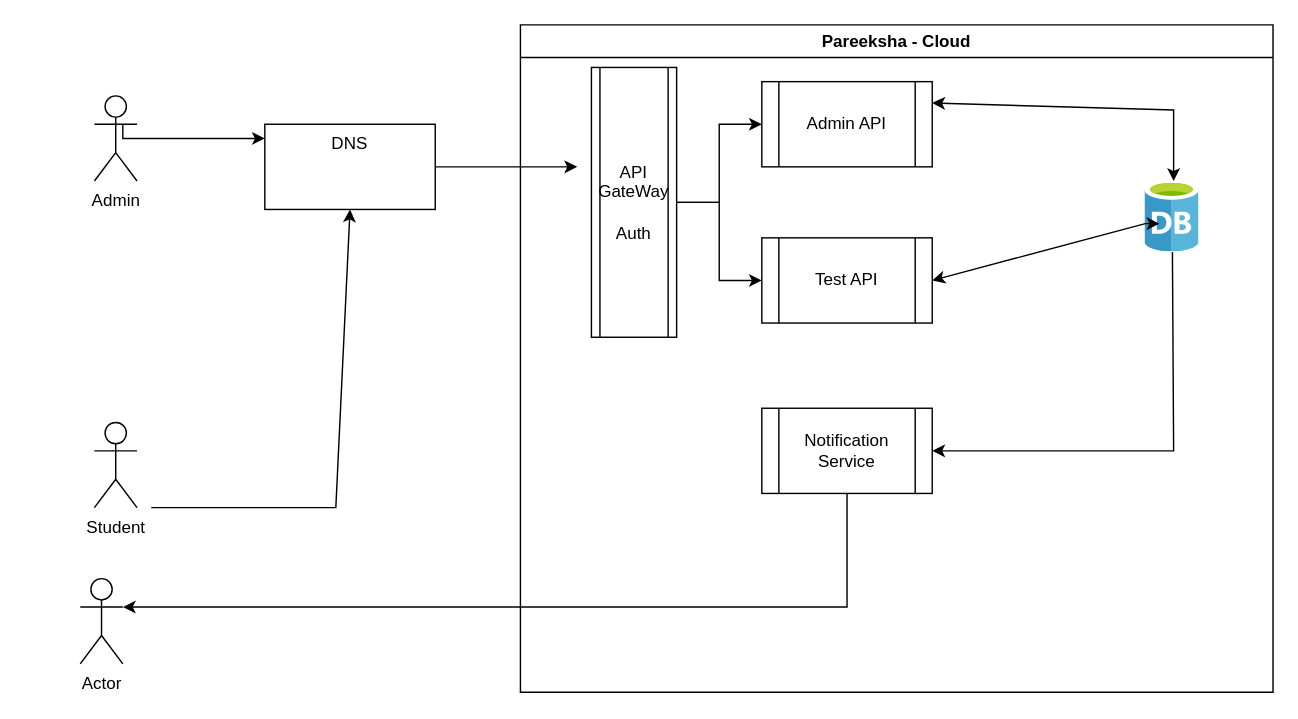
Saikapp/order-management-system keeps this draw.io diagram as page "Design" (2 of 2) of System Design- Pareeksha.drawio. Above is the earlier version. Source tidied: cells renumbered, new cells numbered last; positions are measured from the earlier drawing's top-left corner, leaving out a move shared by most shapes. Both pictures are drawn from the tidied source at 142%, with x=0, y=0 at pixel (80, 24).
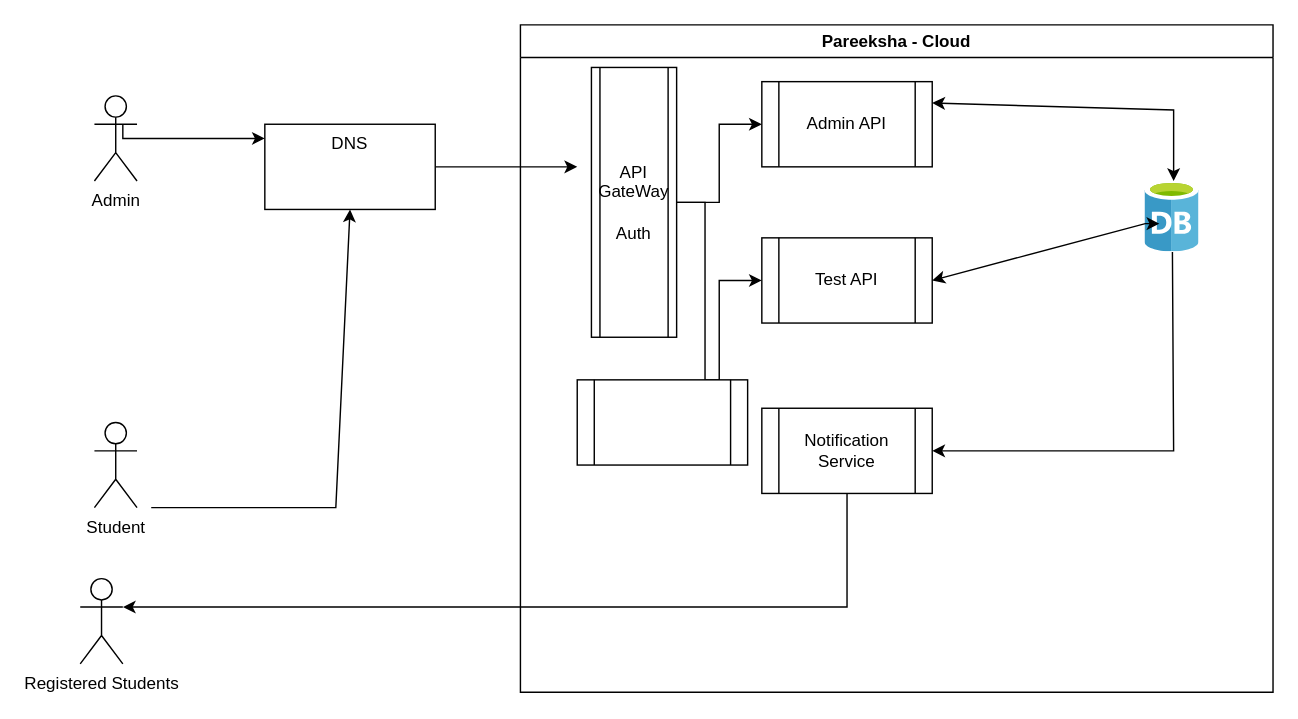
The same diagram, later.

Unchanged cells that the change refers to:
```xml
<mxCell id="6" value="Pareeksha - Cloud" style="swimlane;whiteSpace=wrap;html=1;" parent="1" vertex="1">
  <mxGeometry x="310" width="530" height="470" as="geometry" />
</mxCell>
<mxCell id="11" value="API GateWay&lt;br&gt;&lt;br&gt;Auth" style="shape=process;whiteSpace=wrap;html=1;backgroundOutline=1;" parent="6" vertex="1">
  <mxGeometry x="50" y="30" width="60" height="190" as="geometry" />
</mxCell>
<mxCell id="12" value="Test API" style="shape=process;whiteSpace=wrap;html=1;backgroundOutline=1;" parent="6" vertex="1">
  <mxGeometry x="170" y="150" width="120" height="60" as="geometry" />
</mxCell>
```

Diff of the diagram source:
```diff
@@
     <mxCell id="10" style="edgeStyle=orthogonalEdgeStyle;rounded=0;jettySize=auto;html=1;" parent="6" edge="1" source="11" target="12">
-      <mxGeometry relative="1" as="geometry" />
+      <mxGeometry relative="1" as="geometry">
+        <Array as="points">
+          <mxPoint x="130" y="125" />
+          <mxPoint x="130" y="250" />
+          <mxPoint x="140" y="250" />
+          <mxPoint x="140" y="180" />
+        </Array>
+      </mxGeometry>
     </mxCell>
@@
+    <mxCell id="21" style="shape=process;whiteSpace=wrap;html=1;backgroundOutline=1;" parent="6" vertex="1">
+      <mxGeometry x="40" y="250" width="120" height="60" as="geometry" />
+    </mxCell>
@@
-    <mxCell id="16" value="Actor" style="shape=umlActor;verticalLabelPosition=bottom;verticalAlign=top;html=1;outlineConnect=0;" parent="1" vertex="1">
+    <mxCell id="16" value="Registered Students" style="shape=umlActor;verticalLabelPosition=bottom;verticalAlign=top;html=1;outlineConnect=0;" parent="1" vertex="1">
       <mxGeometry y="390" width="30" height="60" as="geometry" />
     </mxCell>
```
